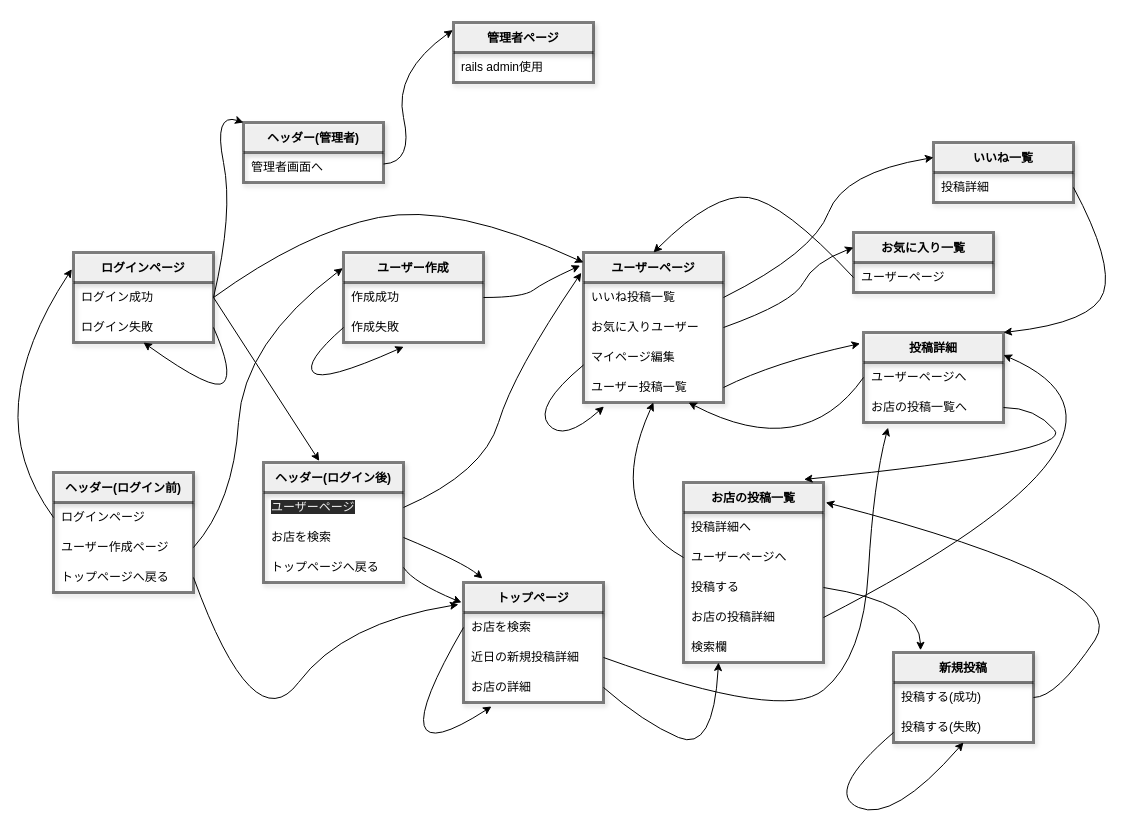
The draw.io diagram 画面遷移.dio in soratanaka/ramen_portfolio, before the edit. Source tidied: cells renumbered, new cells numbered last; positions are measured from the earlier drawing's top-left corner, leaving out a move shared by most shapes. Both pictures are drawn from the tidied source at 100%, with x=0, y=0 at pixel (13, 22).
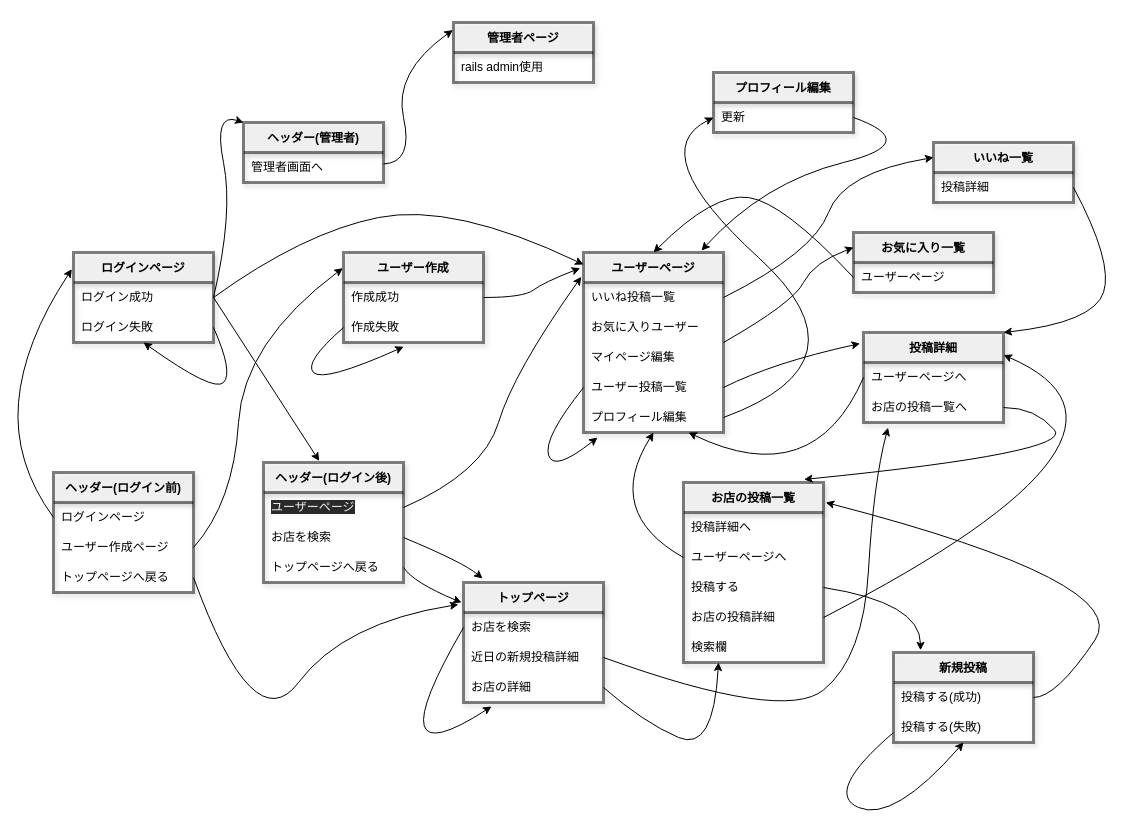
After the change.

The change refers to these unchanged cells:
```xml
<mxCell id="54" style="shape=partialRectangle;html=1;whiteSpace=wrap;fillColor=none;top=0;left=0;bottom=0;right=0;points=[[0,0.5],[1,0.5]];portConstraint=eastwest;shadow=1;strokeColor=default;strokeWidth=3;opacity=50;" parent="47" vertex="1">
  <mxGeometry y="120" width="140" height="30" as="geometry" />
</mxCell>
<mxCell id="69" value="投稿詳細" style="shape=table;startSize=30;childLayout=tableLayout;rowLines=0;fontStyle=1;align=center;shadow=1;strokeColor=default;strokeWidth=3;opacity=50;" parent="1" vertex="1">
  <mxGeometry x="850" y="310" width="140" height="90" as="geometry" />
</mxCell>
```

What changed in the source:
```diff
@@
     <mxCell id="47" value="ユーザーページ" style="shape=table;startSize=30;childLayout=tableLayout;rowLines=0;fontStyle=1;align=center;shadow=1;strokeColor=default;strokeWidth=3;opacity=50;" parent="1" vertex="1">
-      <mxGeometry x="570" y="230" width="140" height="150" as="geometry" />
+      <mxGeometry x="570" y="230" width="140" height="180" as="geometry" />
     </mxCell>
@@
+    <mxCell id="104" style="shape=partialRectangle;html=1;whiteSpace=wrap;fillColor=none;top=0;left=0;bottom=0;right=0;points=[[0,0.5],[1,0.5]];portConstraint=eastwest;shadow=1;strokeColor=default;strokeWidth=3;opacity=50;" parent="47" vertex="1">
+      <mxGeometry y="150" width="140" height="30" as="geometry" />
+    </mxCell>
+    <mxCell id="105" value="プロフィール編集" style="shape=partialRectangle;html=1;whiteSpace=wrap;fillColor=none;top=0;left=0;bottom=0;right=0;align=left;spacingLeft=6;overflow=hidden;shadow=1;strokeColor=default;strokeWidth=3;opacity=50;" parent="104" vertex="1">
+      <mxGeometry width="140" height="30" as="geometry" />
+    </mxCell>
-    <mxCell id="56" style="curved=1;endArrow=classic;html=1;exitX=0;exitY=0.75;exitDx=0;exitDy=0;entryX=0.146;entryY=1.133;entryDx=0;entryDy=0;entryPerimeter=0;" parent="47" edge="1" source="47" target="54">
+    <mxCell id="56" style="curved=1;endArrow=classic;html=1;exitX=0;exitY=0.75;exitDx=0;exitDy=0;entryX=0.1;entryY=1.167;entryDx=0;entryDy=0;entryPerimeter=0;" parent="47" edge="1" source="47" target="104">
       <mxGeometry relative="1" as="geometry">
         <Array as="points">
-          <mxPoint x="-50" y="154" />
-          <mxPoint x="-20" y="190" />
+          <mxPoint x="-40" y="185" />
+          <mxPoint x="-30" y="220" />
         </Array>
       </mxGeometry>
     </mxCell>
@@
     <mxCell id="76" style="curved=1;endArrow=classic;html=1;exitX=0;exitY=0.5;exitDx=0;exitDy=0;entryX=0.75;entryY=1;entryDx=0;entryDy=0;" parent="1" edge="1" source="69" target="47">
       <mxGeometry relative="1" as="geometry">
         <Array as="points">
-          <mxPoint x="790" y="440" />
+          <mxPoint x="800" y="470" />
         </Array>
       </mxGeometry>
     </mxCell>
@@
+    <mxCell id="106" value="プロフィール編集" style="shape=table;startSize=30;childLayout=tableLayout;rowLines=0;fontStyle=1;align=center;shadow=1;strokeColor=default;strokeWidth=3;opacity=50;" parent="1" vertex="1">
+      <mxGeometry x="700" y="50" width="140" height="60" as="geometry" />
+    </mxCell>
+    <mxCell id="107" style="shape=partialRectangle;html=1;whiteSpace=wrap;fillColor=none;top=0;left=0;bottom=0;right=0;shadow=1;strokeColor=default;strokeWidth=3;opacity=50;" parent="106" vertex="1">
+      <mxGeometry y="30" width="140" height="30" as="geometry" />
+    </mxCell>
+    <mxCell id="108" value="更新" style="shape=partialRectangle;html=1;whiteSpace=wrap;fillColor=none;top=0;left=0;bottom=0;right=0;align=left;spacingLeft=6;overflow=hidden;shadow=1;strokeColor=default;strokeWidth=3;perimeterSpacing=3;opacity=50;" parent="107" vertex="1">
+      <mxGeometry width="140" height="30" as="geometry" />
+    </mxCell>
+    <mxCell id="109" style="curved=1;endArrow=classic;html=1;exitX=1;exitY=0.5;exitDx=0;exitDy=0;entryX=0;entryY=0.75;entryDx=0;entryDy=0;" parent="1" edge="1" source="104" target="106">
+      <mxGeometry relative="1" as="geometry">
+        <Array as="points">
+          <mxPoint x="860" y="340" />
+          <mxPoint x="630" y="130" />
+        </Array>
+      </mxGeometry>
+    </mxCell>
+    <mxCell id="110" style="curved=1;endArrow=classic;html=1;exitX=1;exitY=0.75;exitDx=0;exitDy=0;entryX=0.843;entryY=-0.011;entryDx=0;entryDy=0;entryPerimeter=0;" parent="1" edge="1" source="106" target="47">
+      <mxGeometry relative="1" as="geometry">
+        <Array as="points">
+          <mxPoint x="910" y="120" />
+          <mxPoint x="750" y="160" />
+        </Array>
+      </mxGeometry>
+    </mxCell>
```
